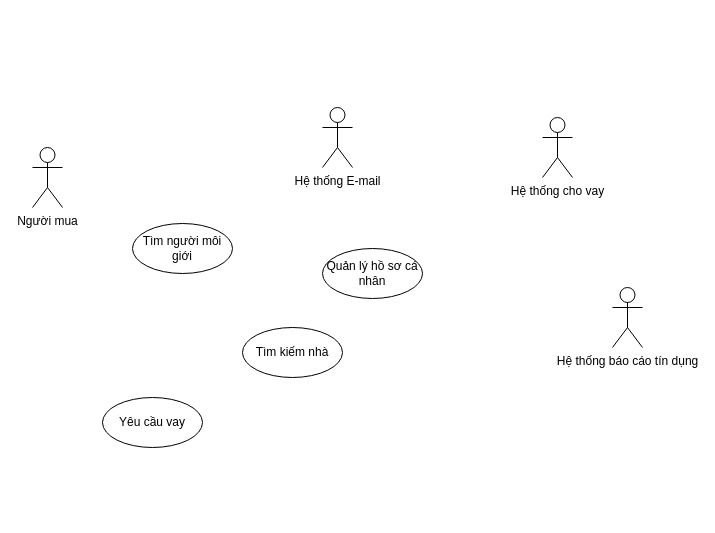
letham1612/test.ithub keeps this draw.io diagram as Biểu đồ không có tiêu đề.drawio. Above is the earlier version. Source tidied: cells renumbered, new cells numbered last; positions are measured from the earlier drawing's top-left corner, leaving out a move shared by most shapes. Both pictures are drawn from the tidied source at 100%, with x=0, y=0 at pixel (32, 107).
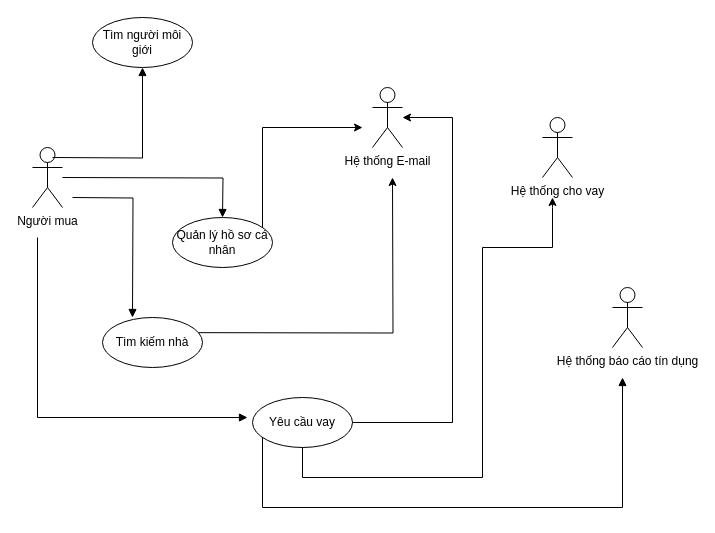
Above is the later version.

Commit message (it also covers changes not shown here):
Cập nhật Biểu đồ không có tiêu đề.drawio

What changed in the source:
```diff
@@
     <mxCell id="3" value="Hệ thống E-mail" style="shape=umlActor;verticalLabelPosition=bottom;verticalAlign=top;html=1;" parent="1" vertex="1">
-      <mxGeometry x="290" width="30" height="60" as="geometry" />
+      <mxGeometry x="340" y="-20" width="30" height="60" as="geometry" />
     </mxCell>
@@
     <mxCell id="6" value="Tìm người môi giới" style="ellipse;whiteSpace=wrap;html=1;" parent="1" vertex="1">
-      <mxGeometry x="100" y="116" width="100" height="50" as="geometry" />
+      <mxGeometry x="60" y="-90" width="100" height="50" as="geometry" />
     </mxCell>
+    <mxCell id="10" style="edgeStyle=orthogonalEdgeStyle;rounded=0;orthogonalLoop=1;jettySize=auto;html=1;" parent="1" edge="1">
+      <mxGeometry relative="1" as="geometry">
+        <mxPoint x="270" y="315" as="sourcePoint" />
+        <mxPoint x="370" y="10" as="targetPoint" />
+        <Array as="points">
+          <mxPoint x="420" y="315" />
+          <mxPoint x="420" y="10" />
+        </Array>
+      </mxGeometry>
+    </mxCell>
+    <mxCell id="11" style="edgeStyle=orthogonalEdgeStyle;rounded=0;orthogonalLoop=1;jettySize=auto;html=1;" parent="1" edge="1">
+      <mxGeometry relative="1" as="geometry">
+        <mxPoint x="270" y="330" as="sourcePoint" />
+        <mxPoint x="520" y="90" as="targetPoint" />
+        <Array as="points">
+          <mxPoint x="270" y="370" />
+          <mxPoint x="450" y="370" />
+          <mxPoint x="450" y="140" />
+          <mxPoint x="520" y="140" />
+          <mxPoint x="520" y="100" />
+        </Array>
+      </mxGeometry>
+    </mxCell>
     <mxCell id="7" value="Yêu cầu vay" style="ellipse;whiteSpace=wrap;html=1;" parent="1" vertex="1">
-      <mxGeometry x="70" y="290" width="100" height="50" as="geometry" />
+      <mxGeometry x="220" y="290" width="100" height="50" as="geometry" />
     </mxCell>
+    <mxCell id="12" style="edgeStyle=orthogonalEdgeStyle;rounded=0;orthogonalLoop=1;jettySize=auto;html=1;" parent="1" edge="1">
+      <mxGeometry relative="1" as="geometry">
+        <mxPoint x="80" y="225" as="sourcePoint" />
+        <mxPoint x="360" y="70" as="targetPoint" />
+      </mxGeometry>
+    </mxCell>
     <mxCell id="8" value="Tìm kiếm nhà" style="ellipse;whiteSpace=wrap;html=1;" parent="1" vertex="1">
-      <mxGeometry x="210" y="220" width="100" height="50" as="geometry" />
+      <mxGeometry x="70" y="210" width="100" height="50" as="geometry" />
     </mxCell>
+    <mxCell id="13" style="edgeStyle=orthogonalEdgeStyle;rounded=0;jettySize=auto;html=1;" parent="1" edge="1" source="9">
+      <mxGeometry relative="1" as="geometry">
+        <mxPoint x="330" y="20" as="targetPoint" />
+        <Array as="points">
+          <mxPoint x="230" y="20" />
+        </Array>
+      </mxGeometry>
+    </mxCell>
     <mxCell id="9" value="Quản lý hồ sơ cá nhân" style="ellipse;whiteSpace=wrap;html=1;" parent="1" vertex="1">
-      <mxGeometry x="290" y="141" width="100" height="50" as="geometry" />
+      <mxGeometry x="140" y="110" width="100" height="50" as="geometry" />
     </mxCell>
+    <mxCell id="14" style="endArrow=block;endFill=1;html=1;edgeStyle=orthogonalEdgeStyle;align=left;verticalAlign=top;rounded=0;" parent="1" edge="1">
+      <mxGeometry x="-1" relative="1" as="geometry">
+        <mxPoint x="30" y="70" as="sourcePoint" />
+        <mxPoint x="190" y="110" as="targetPoint" />
+      </mxGeometry>
+    </mxCell>
+    <mxCell id="15" style="endArrow=block;endFill=1;html=1;edgeStyle=orthogonalEdgeStyle;align=left;verticalAlign=top;rounded=0;" parent="1" edge="1">
+      <mxGeometry x="-1" relative="1" as="geometry">
+        <mxPoint x="5" y="130" as="sourcePoint" />
+        <mxPoint x="215" y="310" as="targetPoint" />
+        <Array as="points">
+          <mxPoint x="5" y="310" />
+        </Array>
+      </mxGeometry>
+    </mxCell>
+    <mxCell id="16" style="endArrow=block;endFill=1;html=1;edgeStyle=orthogonalEdgeStyle;align=left;verticalAlign=top;rounded=0;entryX=0.5;entryY=1;entryDx=0;entryDy=0;" parent="1" edge="1" target="6">
+      <mxGeometry x="-1" relative="1" as="geometry">
+        <mxPoint x="20" y="50" as="sourcePoint" />
+      </mxGeometry>
+    </mxCell>
+    <mxCell id="17" style="endArrow=block;endFill=1;html=1;edgeStyle=orthogonalEdgeStyle;align=left;verticalAlign=top;rounded=0;" parent="1" edge="1">
+      <mxGeometry x="-1" relative="1" as="geometry">
+        <mxPoint x="40" y="90" as="sourcePoint" />
+        <mxPoint x="100" y="210" as="targetPoint" />
+      </mxGeometry>
+    </mxCell>
+    <mxCell id="18" style="endArrow=block;endFill=1;html=1;edgeStyle=orthogonalEdgeStyle;align=left;verticalAlign=top;rounded=0;" parent="1" edge="1">
+      <mxGeometry x="-1" relative="1" as="geometry">
+        <mxPoint x="230" y="330" as="sourcePoint" />
+        <mxPoint x="590" y="270" as="targetPoint" />
+        <Array as="points">
+          <mxPoint x="230" y="400" />
+          <mxPoint x="590" y="400" />
+          <mxPoint x="590" y="270" />
+        </Array>
+      </mxGeometry>
+    </mxCell>
```
